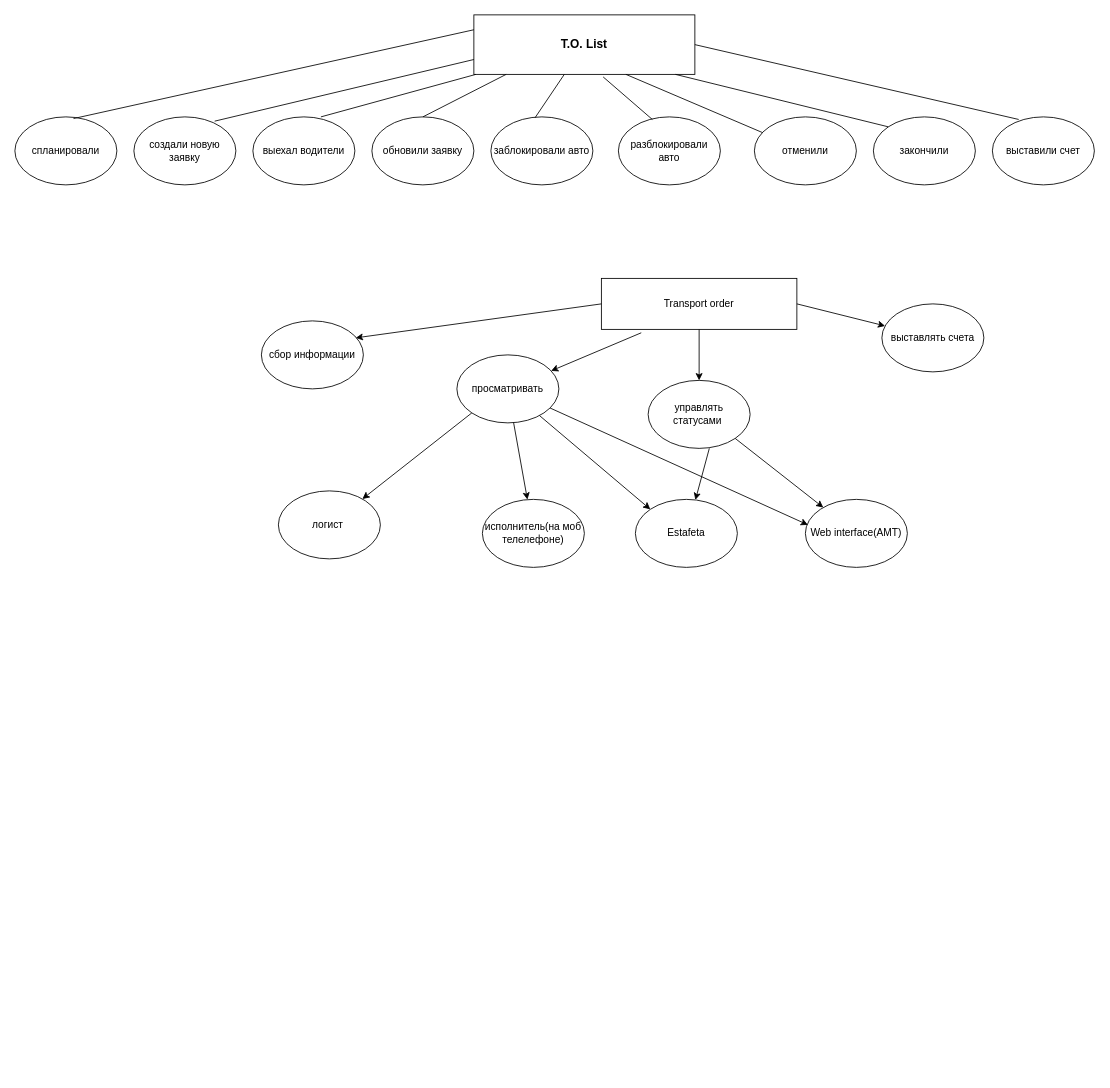
annastazi02/diagrams keeps this draw.io diagram as Transport Order List ERD diagram.drawio. Above is the earlier version. Source tidied: cells renumbered, new cells numbered last; positions are measured from the earlier drawing's top-left corner, leaving out a move shared by most shapes. Both pictures are drawn from the tidied source at 85%, with x=0, y=0 at pixel (14, 14).
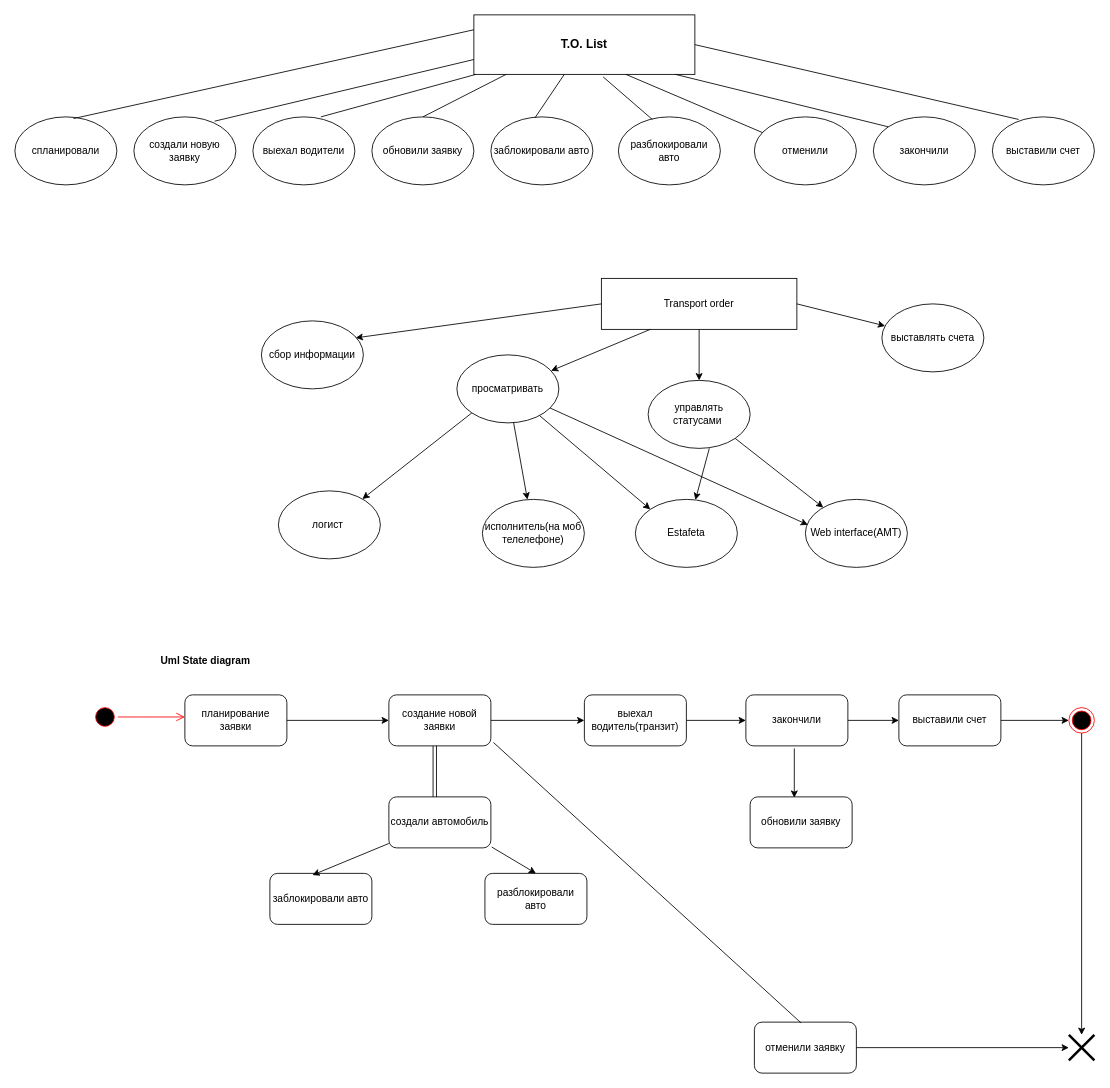
The same page after the edit.

Unchanged cells that the change refers to:
```xml
<mxCell id="23" value="Transport order" style="rounded=0;whiteSpace=wrap;html=1;" parent="1" vertex="1">
  <mxGeometry x="690" y="310" width="230" height="60" as="geometry" />
</mxCell>
<mxCell id="26" value="просматривать" style="ellipse;whiteSpace=wrap;html=1;" parent="1" vertex="1">
  <mxGeometry x="520" y="400" width="120" height="80" as="geometry" />
</mxCell>
```

What changed in the source:
```diff
@@
-    <mxCell id="27" style="endArrow=classic;html=1;exitX=0.204;exitY=1.067;exitDx=0;exitDy=0;exitPerimeter=0;" parent="1" edge="1" source="23" target="26">
+    <mxCell id="27" style="endArrow=classic;html=1;exitX=0.25;exitY=1;exitDx=0;exitDy=0;" parent="1" edge="1" source="23" target="26">
       <mxGeometry relative="1" as="geometry" />
     </mxCell>
@@
+    <mxCell id="40" style="ellipse;html=1;shape=startState;fillColor=#000000;strokeColor=#ff0000;" parent="1" vertex="1">
+      <mxGeometry x="91" y="811" width="30" height="30" as="geometry" />
+    </mxCell>
+    <mxCell id="41" style="edgeStyle=orthogonalEdgeStyle;html=1;verticalAlign=bottom;endArrow=open;endSize=8;strokeColor=#ff0000;exitX=1;exitY=0.5;exitDx=0;exitDy=0;" parent="1" edge="1" source="40">
+      <mxGeometry relative="1" as="geometry">
+        <mxPoint x="200" y="826" as="targetPoint" />
+      </mxGeometry>
+    </mxCell>
+    <mxCell id="42" value="планирование заявки" style="rounded=1;whiteSpace=wrap;html=1;" parent="1" vertex="1">
+      <mxGeometry x="200" y="800" width="120" height="60" as="geometry" />
+    </mxCell>
+    <mxCell id="43" style="endArrow=classic;html=1;exitX=1;exitY=0.5;exitDx=0;exitDy=0;" parent="1" edge="1" source="42">
+      <mxGeometry relative="1" as="geometry">
+        <mxPoint x="440" y="830" as="targetPoint" />
+      </mxGeometry>
+    </mxCell>
+    <mxCell id="44" value="создание новой заявки" style="rounded=1;whiteSpace=wrap;html=1;" parent="1" vertex="1">
+      <mxGeometry x="440" y="800" width="120" height="60" as="geometry" />
+    </mxCell>
+    <mxCell id="45" style="endArrow=classic;html=1;exitX=1;exitY=0.5;exitDx=0;exitDy=0;" parent="1" edge="1" source="44">
+      <mxGeometry relative="1" as="geometry">
+        <mxPoint x="670" y="830" as="targetPoint" />
+      </mxGeometry>
+    </mxCell>
+    <mxCell id="46" value="выехал водитель(транзит)" style="rounded=1;whiteSpace=wrap;html=1;" parent="1" vertex="1">
+      <mxGeometry x="670" y="800" width="120" height="60" as="geometry" />
+    </mxCell>
+    <mxCell id="47" style="endArrow=classic;html=1;entryX=0.433;entryY=0.017;entryDx=0;entryDy=0;entryPerimeter=0;" parent="1" edge="1" target="48">
+      <mxGeometry relative="1" as="geometry">
+        <mxPoint x="917" y="863" as="sourcePoint" />
+      </mxGeometry>
+    </mxCell>
+    <mxCell id="48" value="обновили заявку" style="rounded=1;whiteSpace=wrap;html=1;" parent="1" vertex="1">
+      <mxGeometry x="865" y="920" width="120" height="60" as="geometry" />
+    </mxCell>
+    <mxCell id="49" value="создали автомобиль" style="rounded=1;whiteSpace=wrap;html=1;" parent="1" vertex="1">
+      <mxGeometry x="440" y="920" width="120" height="60" as="geometry" />
+    </mxCell>
+    <mxCell id="50" style="shape=link;html=1;entryX=0.45;entryY=1;entryDx=0;entryDy=0;entryPerimeter=0;exitX=0.45;exitY=0;exitDx=0;exitDy=0;exitPerimeter=0;" parent="1" edge="1" source="49" target="44">
+      <mxGeometry relative="1" as="geometry" />
+    </mxCell>
+    <mxCell id="51" value="заблокировали авто" style="rounded=1;whiteSpace=wrap;html=1;" parent="1" vertex="1">
+      <mxGeometry x="300" y="1010" width="120" height="60" as="geometry" />
+    </mxCell>
+    <mxCell id="52" value="разблокировали авто" style="rounded=1;whiteSpace=wrap;html=1;" parent="1" vertex="1">
+      <mxGeometry x="553" y="1010" width="120" height="60" as="geometry" />
+    </mxCell>
+    <mxCell id="53" value="закончили" style="rounded=1;whiteSpace=wrap;html=1;" parent="1" vertex="1">
+      <mxGeometry x="860" y="800" width="120" height="60" as="geometry" />
+    </mxCell>
+    <mxCell id="54" value="выставили счет" style="rounded=1;whiteSpace=wrap;html=1;" parent="1" vertex="1">
+      <mxGeometry x="1040" y="800" width="120" height="60" as="geometry" />
+    </mxCell>
+    <mxCell id="55" style="endArrow=classic;html=1;exitX=1;exitY=0.5;exitDx=0;exitDy=0;entryX=0;entryY=0.5;entryDx=0;entryDy=0;" parent="1" edge="1" source="46" target="53">
+      <mxGeometry relative="1" as="geometry" />
+    </mxCell>
+    <mxCell id="56" style="endArrow=classic;html=1;exitX=1;exitY=0.5;exitDx=0;exitDy=0;entryX=0;entryY=0.5;entryDx=0;entryDy=0;" parent="1" edge="1" source="53" target="54">
+      <mxGeometry relative="1" as="geometry" />
+    </mxCell>
+    <mxCell id="57" value="отменили заявку" style="rounded=1;whiteSpace=wrap;html=1;" parent="1" vertex="1">
+      <mxGeometry x="870" y="1185" width="120" height="60" as="geometry" />
+    </mxCell>
+    <mxCell id="58" style="endArrow=classic;html=1;exitX=1;exitY=0.5;exitDx=0;exitDy=0;" parent="1" edge="1" source="54">
+      <mxGeometry relative="1" as="geometry">
+        <mxPoint x="1240" y="830" as="targetPoint" />
+      </mxGeometry>
+    </mxCell>
+    <mxCell id="59" style="ellipse;html=1;shape=endState;fillColor=#000000;strokeColor=#ff0000;" parent="1" vertex="1">
+      <mxGeometry x="1240" y="815" width="30" height="30" as="geometry" />
+    </mxCell>
+    <mxCell id="60" style="shape=umlDestroy;whiteSpace=wrap;html=1;strokeWidth=3;" parent="1" vertex="1">
+      <mxGeometry x="1240" y="1200" width="30" height="30" as="geometry" />
+    </mxCell>
+    <mxCell id="61" style="endArrow=classic;html=1;exitX=1;exitY=0.5;exitDx=0;exitDy=0;" parent="1" edge="1" source="57" target="60">
+      <mxGeometry relative="1" as="geometry" />
+    </mxCell>
+    <mxCell id="62" style="endArrow=classic;html=1;entryX=0.417;entryY=0.033;entryDx=0;entryDy=0;entryPerimeter=0;" parent="1" edge="1" source="49" target="51">
+      <mxGeometry relative="1" as="geometry" />
+    </mxCell>
+    <mxCell id="63" style="endArrow=classic;html=1;exitX=1.008;exitY=0.983;exitDx=0;exitDy=0;exitPerimeter=0;entryX=0.5;entryY=0;entryDx=0;entryDy=0;" parent="1" edge="1" source="49" target="52">
+      <mxGeometry relative="1" as="geometry" />
+    </mxCell>
+    <mxCell id="64" style="endArrow=classic;html=1;exitX=0.5;exitY=1;exitDx=0;exitDy=0;" parent="1" edge="1" source="59">
+      <mxGeometry relative="1" as="geometry">
+        <mxPoint x="1255" y="1200" as="targetPoint" />
+      </mxGeometry>
+    </mxCell>
+    <mxCell id="65" style="endArrow=none;html=1;entryX=1.025;entryY=0.933;entryDx=0;entryDy=0;entryPerimeter=0;" parent="1" edge="1" target="44">
+      <mxGeometry relative="1" as="geometry">
+        <mxPoint x="925" y="1186" as="sourcePoint" />
+      </mxGeometry>
+    </mxCell>
+    <mxCell id="66" value="&lt;b&gt;Uml State diagram&lt;/b&gt;" style="text;html=1;strokeColor=none;fillColor=none;align=center;verticalAlign=middle;whiteSpace=wrap;rounded=0;" parent="1" vertex="1">
+      <mxGeometry x="60" y="750" width="329" height="20" as="geometry" />
+    </mxCell>
```
